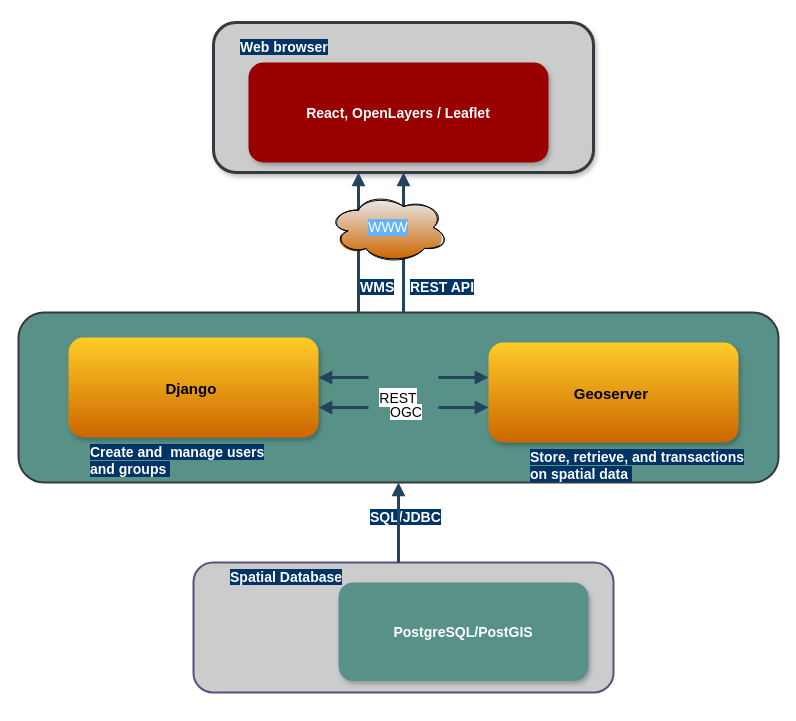
Earlier version of the draw.io diagram page "Page-3" (3 of 3) of Untitled Diagram.drawio (abersh/Devops_Engineer). Source tidied: cells renumbered, new cells numbered last; positions are measured from the earlier drawing's top-left corner, leaving out a move shared by most shapes. Both pictures are drawn from the tidied source at 100%, with x=0, y=0 at pixel (18, 22).
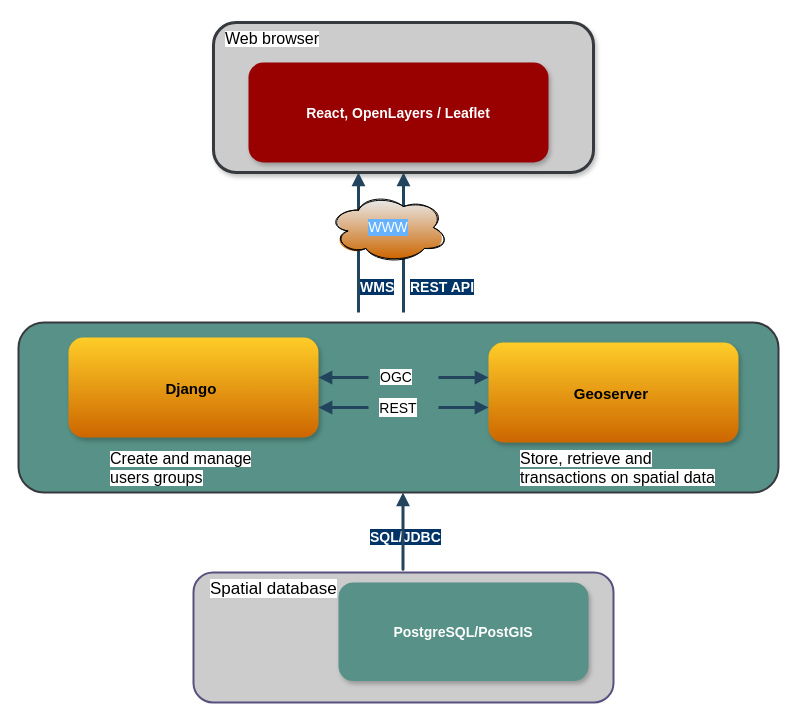
The same page after the edit.

Diff of the diagram source:
```diff
@@
     <mxCell id="2" style="rounded=1;whiteSpace=wrap;html=1;labelBackgroundColor=default;fontSize=16;fillColor=#CCCCCC;strokeColor=#56517e;strokeWidth=2;" parent="1" vertex="1">
-      <mxGeometry x="175" y="540" width="420" height="130" as="geometry" />
+      <mxGeometry x="175" y="550" width="420" height="130" as="geometry" />
     </mxCell>
@@
     <mxCell id="4" value="&lt;font style=&quot;font-size: 14px&quot;&gt;REST&lt;/font&gt;" style="rounded=1;whiteSpace=wrap;html=1;labelBackgroundColor=default;fontSize=16;fillColor=#579187;strokeColor=#36393d;strokeWidth=2;" parent="1" vertex="1">
-      <mxGeometry y="290" width="760" height="170" as="geometry" />
+      <mxGeometry y="300" width="760" height="170" as="geometry" />
     </mxCell>
@@
     <mxCell id="12" value="&lt;span style=&quot;background-color: rgb(255 , 255 , 255)&quot;&gt;OGC&lt;/span&gt;" style="text;whiteSpace=wrap;html=1;fontSize=14;" parent="1" vertex="1">
-      <mxGeometry x="370" y="375" width="60" height="30" as="geometry" />
+      <mxGeometry x="360" y="340" width="60" height="30" as="geometry" />
     </mxCell>
-    <mxCell id="13" value="&lt;font color=&quot;#ffffff&quot; style=&quot;background-color: rgb(0 , 51 , 102)&quot;&gt;&lt;b&gt;Web browser&lt;/b&gt;&lt;/font&gt;" style="text;whiteSpace=wrap;html=1;fontSize=14;" parent="1" vertex="1">
-      <mxGeometry x="220" y="10" width="110" height="30" as="geometry" />
-    </mxCell>
-    <mxCell id="14" value="&lt;font color=&quot;#ffffff&quot; style=&quot;background-color: rgb(0 , 51 , 102)&quot;&gt;&lt;b&gt;Spatial Database&lt;/b&gt;&lt;/font&gt;" style="text;whiteSpace=wrap;html=1;fontSize=14;" parent="1" vertex="1">
-      <mxGeometry x="210" y="540" width="200" height="33" as="geometry" />
-    </mxCell>
     <mxCell id="15" value="&lt;font color=&quot;#ffffff&quot; style=&quot;background-color: rgb(0 , 51 , 102)&quot;&gt;&lt;b&gt;SQL/JDBC&lt;/b&gt;&lt;/font&gt;" style="text;whiteSpace=wrap;html=1;fontSize=14;" parent="1" vertex="1">
-      <mxGeometry x="350" y="480" width="80" height="33" as="geometry" />
+      <mxGeometry x="350" y="500" width="80" height="33" as="geometry" />
     </mxCell>
@@
-    <mxCell id="22" style="edgeStyle=elbowEdgeStyle;elbow=vertical;strokeWidth=3;endArrow=block;endFill=1;fontStyle=1;strokeColor=#23445D;entryX=0.5;entryY=1;entryDx=0;entryDy=0;" parent="1" edge="1" source="14" target="4">
-      <mxGeometry x="-177.9" y="485.5" as="geometry">
-        <Array as="points">
-          <mxPoint x="335.1" y="560" />
-          <mxPoint x="360.1" y="600" />
-          <mxPoint x="360.1" y="590" />
-          <mxPoint x="360.1" y="570" />
-          <mxPoint x="330.1" y="610" />
-          <mxPoint x="390.1" y="590" />
-          <mxPoint x="420.1" y="600" />
-          <mxPoint x="330.1" y="650" />
-          <mxPoint x="370.1" y="690" />
-          <mxPoint x="370.1" y="630" />
-          <mxPoint x="420.1" y="570" />
-          <mxPoint x="522.1" y="835.5" />
-        </Array>
-      </mxGeometry>
-    </mxCell>
-    <mxCell id="23" value="&lt;font color=&quot;#ffffff&quot; style=&quot;background-color: rgb(0 , 51 , 102)&quot;&gt;&lt;b&gt;Create and&amp;nbsp; manage users and groups&amp;nbsp;&lt;/b&gt;&lt;/font&gt;" style="text;whiteSpace=wrap;html=1;fontSize=14;" parent="1" vertex="1">
-      <mxGeometry x="70" y="415" width="200" height="30" as="geometry" />
-    </mxCell>
-    <mxCell id="24" value="&lt;font color=&quot;#ffffff&quot; style=&quot;background-color: rgb(0 , 51 , 102)&quot;&gt;&lt;b&gt;Store, retrieve, and transactions on spatial data&amp;nbsp;&lt;/b&gt;&lt;/font&gt;" style="text;whiteSpace=wrap;html=1;fontSize=14;" parent="1" vertex="1">
-      <mxGeometry x="510" y="420" width="225" height="10" as="geometry" />
-    </mxCell>
+    <mxCell id="25" value="&lt;span style=&quot;background-color: rgb(255 , 255 , 255)&quot;&gt;&lt;font style=&quot;font-size: 16px&quot;&gt;Create and manage users groups&lt;/font&gt;&lt;/span&gt;" style="text;whiteSpace=wrap;html=1;fontSize=14;" parent="1" vertex="1">
+      <mxGeometry x="90" y="420" width="170" height="30" as="geometry" />
+    </mxCell>
+    <mxCell id="26" value="&lt;span style=&quot;background-color: rgb(255, 255, 255); font-size: 16px;&quot;&gt;Store, retrieve and transactions on spatial data&lt;br style=&quot;font-size: 16px;&quot;&gt;&lt;br style=&quot;font-size: 16px;&quot;&gt;&lt;/span&gt;" style="text;whiteSpace=wrap;html=1;fontSize=16;" parent="1" vertex="1">
+      <mxGeometry x="500" y="420" width="210" height="30" as="geometry" />
+    </mxCell>
+    <mxCell id="27" value="&lt;span style=&quot;background-color: rgb(255, 255, 255); font-size: 17px;&quot;&gt;Spatial database&lt;br style=&quot;font-size: 17px;&quot;&gt;&lt;/span&gt;" style="text;whiteSpace=wrap;html=1;fontSize=17;" parent="1" vertex="1">
+      <mxGeometry x="190" y="550" width="130" height="30" as="geometry" />
+    </mxCell>
+    <mxCell id="13" value="&lt;span style=&quot;background-color: rgb(255 , 255 , 255)&quot;&gt;&lt;font style=&quot;font-size: 16px&quot;&gt;Web browser&lt;br&gt;&lt;br&gt;&lt;/font&gt;&lt;/span&gt;" style="text;whiteSpace=wrap;html=1;fontSize=14;" parent="1" vertex="1">
+      <mxGeometry x="205" width="100" height="30" as="geometry" />
+    </mxCell>
+    <mxCell id="28" style="edgeStyle=elbowEdgeStyle;elbow=vertical;strokeWidth=3;endArrow=block;endFill=1;fontStyle=1;strokeColor=#23445D;entryX=0.5;entryY=1;entryDx=0;entryDy=0;" parent="1" edge="1">
+      <mxGeometry x="-173.4" y="485.5" as="geometry">
+        <mxPoint x="384.5" y="540" as="sourcePoint" />
+        <mxPoint x="384.5" y="470" as="targetPoint" />
+        <Array as="points">
+          <mxPoint x="374.5" y="550" />
+          <mxPoint x="424.6" y="600" />
+          <mxPoint x="334.6" y="650" />
+          <mxPoint x="374.6" y="690" />
+          <mxPoint x="374.6" y="630" />
+          <mxPoint x="424.6" y="570" />
+          <mxPoint x="526.6" y="835.5" />
+        </Array>
+      </mxGeometry>
+    </mxCell>
```
